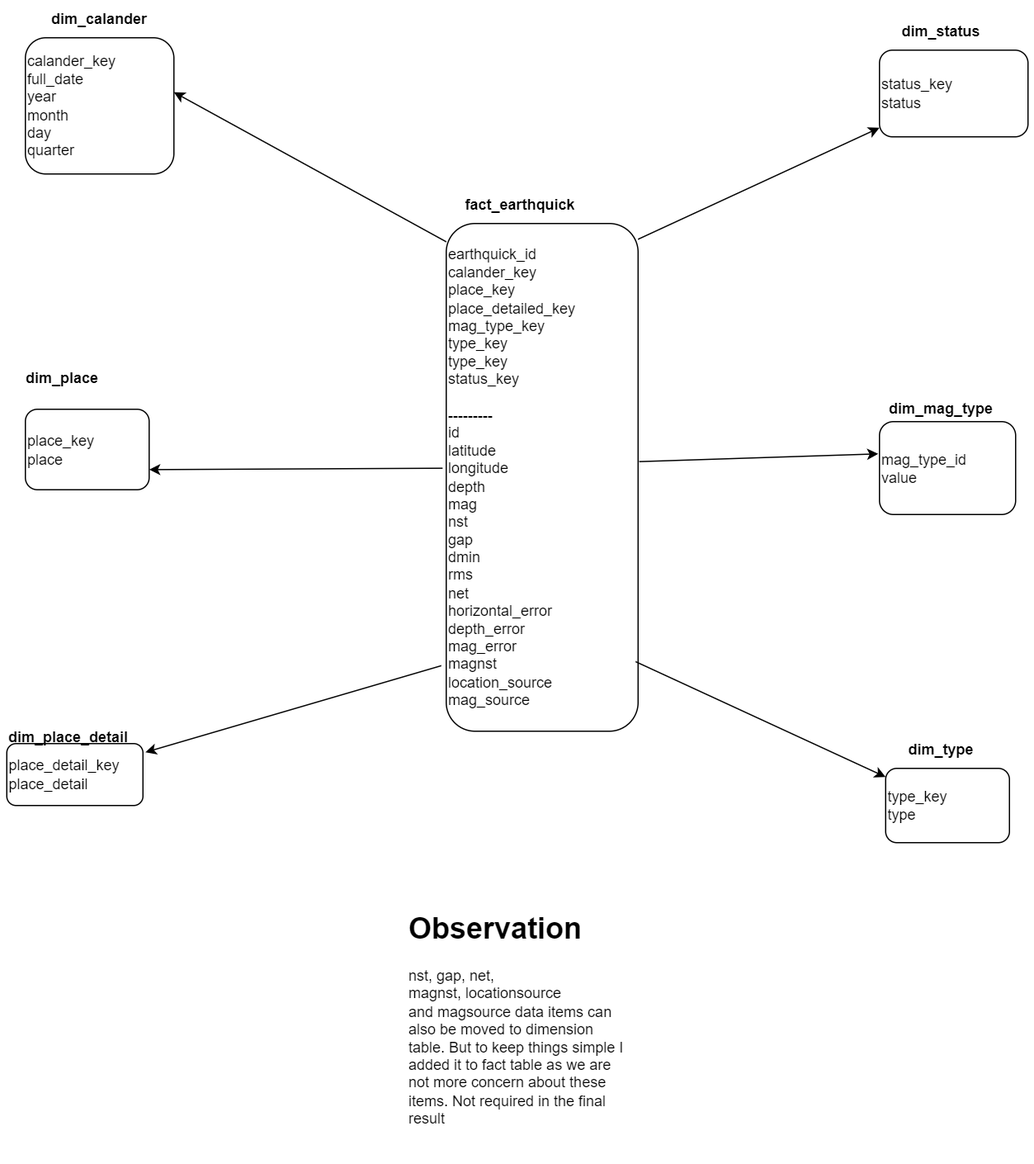
Earlier version of the draw.io export earthquake/eathquicksERD.png (sufyanali800/itw-data-eng-test). Source tidied: cells renumbered, new cells last; positions are measured from the earlier drawing's top-left corner, leaving out a move shared by most shapes.
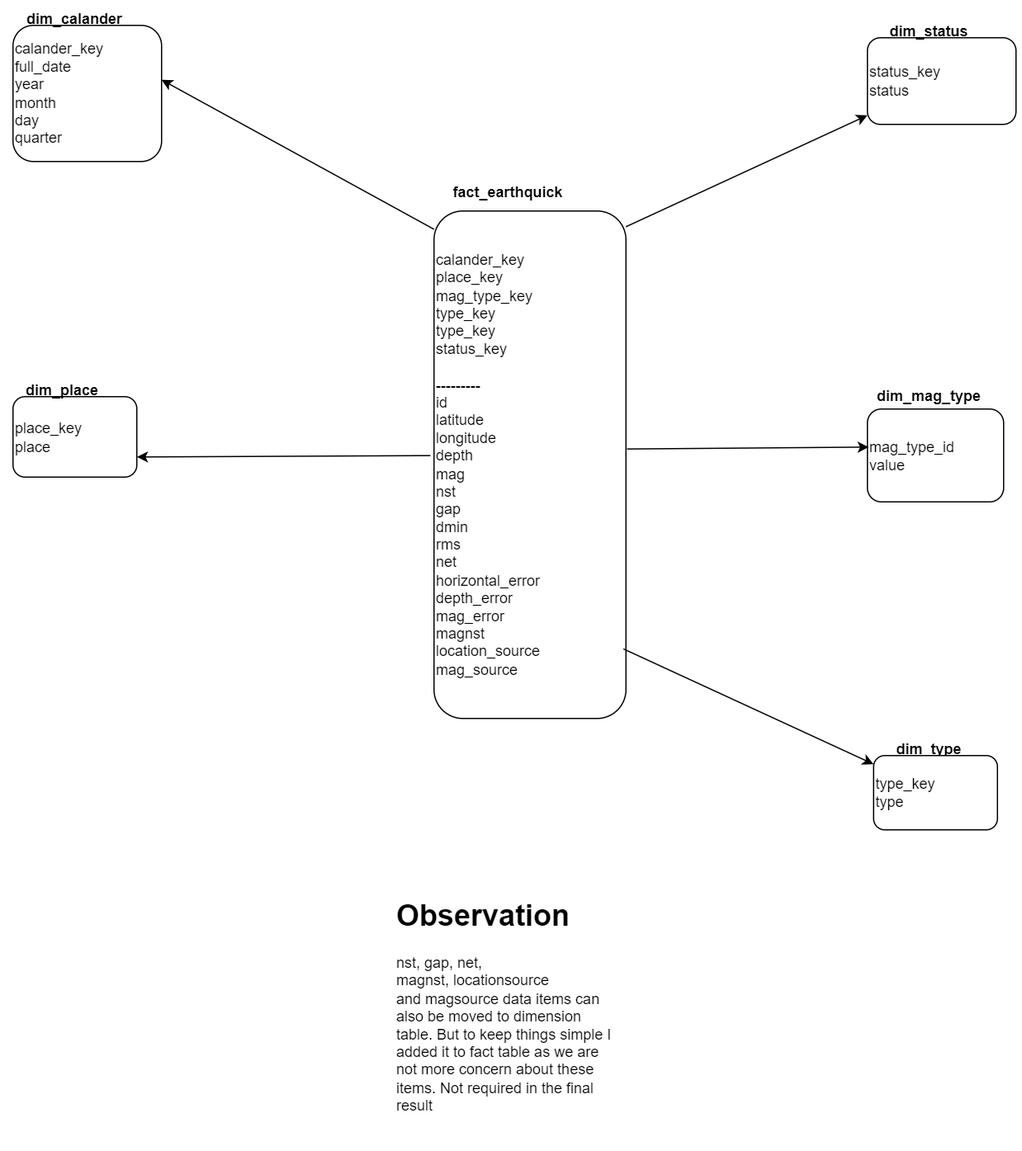
After the change.

Commit message:
sufyan - updated ERD and notes in ReadMe

Diff of the diagram source:
```diff
@@ -3,7 +3,7 @@
     <mxCell id="0" />
     <mxCell id="1" parent="0" />
     <mxCell id="2" value="&lt;b&gt;dim_type&lt;/b&gt;" style="text;html=1;strokeColor=none;fillColor=none;align=center;verticalAlign=middle;whiteSpace=wrap;rounded=0;" parent="1" vertex="1">
-      <mxGeometry x="710" y="590" width="100" height="30" as="geometry" />
+      <mxGeometry x="710" y="600" width="100" height="30" as="geometry" />
     </mxCell>
     <mxCell id="3" value="type_key&lt;br&gt;type" style="rounded=1;whiteSpace=wrap;html=1;align=left;" parent="1" vertex="1">
       <mxGeometry x="715" y="620" width="100" height="60" as="geometry" />
@@ -12,13 +12,13 @@
       <mxGeometry x="710" y="40" width="120" height="70" as="geometry" />
     </mxCell>
     <mxCell id="5" value="&lt;b&gt;dim_status&lt;/b&gt;" style="text;html=1;strokeColor=none;fillColor=none;align=center;verticalAlign=middle;whiteSpace=wrap;rounded=0;" parent="1" vertex="1">
-      <mxGeometry x="710" y="10" width="100" height="30" as="geometry" />
+      <mxGeometry x="710" y="20" width="100" height="30" as="geometry" />
     </mxCell>
     <mxCell id="6" value="calander_key&lt;br&gt;full_date&lt;br&gt;year&lt;br&gt;month&lt;br&gt;day&lt;br&gt;quarter" style="rounded=1;whiteSpace=wrap;html=1;align=left;" parent="1" vertex="1">
       <mxGeometry x="20" y="30" width="120" height="110" as="geometry" />
     </mxCell>
     <mxCell id="7" value="&lt;b&gt;dim_calander&lt;/b&gt;" style="text;html=1;strokeColor=none;fillColor=none;align=center;verticalAlign=middle;whiteSpace=wrap;rounded=0;" parent="1" vertex="1">
-      <mxGeometry x="30" width="100" height="30" as="geometry" />
+      <mxGeometry x="20" y="10" width="100" height="30" as="geometry" />
     </mxCell>
     <mxCell id="8" value="mag_type_id&lt;br&gt;value" style="rounded=1;whiteSpace=wrap;html=1;align=left;" parent="1" vertex="1">
       <mxGeometry x="710" y="340" width="110" height="75" as="geometry" />
@@ -26,27 +26,18 @@
     <mxCell id="9" value="&lt;b&gt;dim_mag_type&lt;/b&gt;" style="text;html=1;strokeColor=none;fillColor=none;align=center;verticalAlign=middle;whiteSpace=wrap;rounded=0;" parent="1" vertex="1">
       <mxGeometry x="685" y="315" width="150" height="30" as="geometry" />
     </mxCell>
-    <mxCell id="10" value="earthquick_id&lt;br&gt;calander_key&lt;br&gt;place_key&lt;br&gt;place_detailed_key&lt;br&gt;mag_type_key&lt;br&gt;type_key&lt;br&gt;type_key&lt;br&gt;status_key&lt;br&gt;&lt;br&gt;---------&lt;br&gt;id&lt;br&gt;latitude&lt;br&gt;longitude&lt;br&gt;depth&lt;br&gt;mag&lt;br&gt;nst&lt;br&gt;gap&lt;br&gt;dmin&lt;br&gt;rms&lt;br&gt;net&lt;br&gt;horizontal_error&lt;br&gt;depth_error&lt;br&gt;mag_error&lt;br&gt;magnst&lt;br&gt;location_source&lt;br&gt;mag_source" style="rounded=1;whiteSpace=wrap;html=1;align=left;" parent="1" vertex="1">
+    <mxCell id="10" value="calander_key&lt;br&gt;place_key&lt;br&gt;mag_type_key&lt;br&gt;type_key&lt;br&gt;type_key&lt;br&gt;status_key&lt;br&gt;&lt;br&gt;---------&lt;br&gt;id&lt;br&gt;latitude&lt;br&gt;longitude&lt;br&gt;depth&lt;br&gt;mag&lt;br&gt;nst&lt;br&gt;gap&lt;br&gt;dmin&lt;br&gt;rms&lt;br&gt;net&lt;br&gt;horizontal_error&lt;br&gt;depth_error&lt;br&gt;mag_error&lt;br&gt;magnst&lt;br&gt;location_source&lt;br&gt;mag_source" style="rounded=1;whiteSpace=wrap;html=1;align=left;" parent="1" vertex="1">
       <mxGeometry x="360" y="180" width="155" height="410" as="geometry" />
     </mxCell>
     <mxCell id="11" value="place_key&lt;br&gt;place" style="rounded=1;whiteSpace=wrap;html=1;align=left;" parent="1" vertex="1">
       <mxGeometry x="20" y="330" width="100" height="65" as="geometry" />
     </mxCell>
-    <mxCell id="12" value="place_detail_key&lt;br&gt;place_detail" style="rounded=1;whiteSpace=wrap;html=1;align=left;" parent="1" vertex="1">
-      <mxGeometry x="5" y="600" width="110" height="50" as="geometry" />
-    </mxCell>
     <mxCell id="13" value="&lt;b&gt;dim_place&lt;/b&gt;" style="text;html=1;strokeColor=none;fillColor=none;align=center;verticalAlign=middle;whiteSpace=wrap;rounded=0;" parent="1" vertex="1">
-      <mxGeometry y="290" width="100" height="30" as="geometry" />
+      <mxGeometry x="10" y="310" width="100" height="30" as="geometry" />
     </mxCell>
-    <mxCell id="14" value="&lt;b&gt;dim_place_detail&lt;/b&gt;" style="text;html=1;strokeColor=none;fillColor=none;align=center;verticalAlign=middle;whiteSpace=wrap;rounded=0;" parent="1" vertex="1">
-      <mxGeometry x="5" y="580" width="100" height="30" as="geometry" />
-    </mxCell>
-    <mxCell id="15" style="endArrow=classic;html=1;rounded=0;exitX=1.006;exitY=0.469;exitDx=0;exitDy=0;exitPerimeter=0;entryX=-0.009;entryY=0.347;entryDx=0;entryDy=0;entryPerimeter=0;" parent="1" edge="1" source="10" target="8">
+    <mxCell id="15" style="endArrow=classic;html=1;rounded=0;exitX=1.006;exitY=0.469;exitDx=0;exitDy=0;exitPerimeter=0;entryX=0.01;entryY=0.41;entryDx=0;entryDy=0;entryPerimeter=0;" parent="1" edge="1" source="10" target="8">
       <mxGeometry relative="1" as="geometry" />
     </mxCell>
-    <mxCell id="16" style="endArrow=classic;html=1;rounded=0;entryX=1.018;entryY=0.14;entryDx=0;entryDy=0;exitX=-0.026;exitY=0.871;exitDx=0;exitDy=0;exitPerimeter=0;entryPerimeter=0;" parent="1" edge="1" source="10" target="12">
-      <mxGeometry relative="1" as="geometry" />
-    </mxCell>
     <mxCell id="17" style="endArrow=classic;html=1;rounded=0;exitX=1;exitY=0.031;exitDx=0;exitDy=0;exitPerimeter=0;" parent="1" edge="1" source="10" target="4">
       <mxGeometry relative="1" as="geometry" />
     </mxCell>
```
